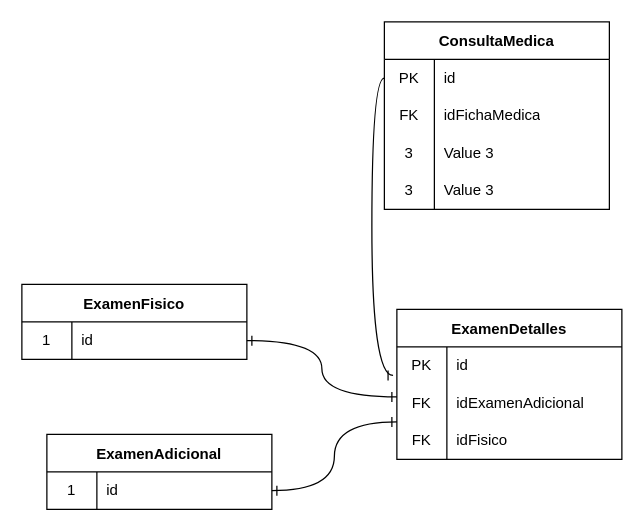
The draw.io diagram page "ConsultaMedica" (3 of 4) of src/main/resources/com/project/UI/views/protitypes/relationTables.drawio in kevinStevenLC/consulmed_system, before the edit. Source tidied: cells renumbered, new cells numbered last; positions are measured from the earlier drawing's top-left corner, leaving out a move shared by most shapes. Both pictures are drawn from the tidied source at 125%, with x=0, y=0 at pixel (21, 21).
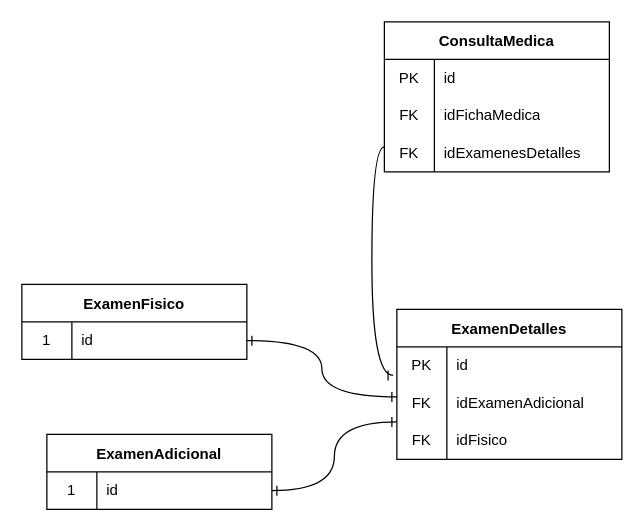
The same page after the edit.

Unchanged cells that the change refers to:
```xml
<mxCell id="3" style="shape=tableRow;horizontal=0;startSize=0;swimlaneHead=0;swimlaneBody=0;top=0;left=0;bottom=0;right=0;fillColor=none;points=[[0,0.5],[1,0.5]];portConstraint=eastwest;" parent="2" vertex="1">
  <mxGeometry y="30" width="180" height="30" as="geometry" />
</mxCell>
<mxCell id="9" style="shape=tableRow;horizontal=0;startSize=0;swimlaneHead=0;swimlaneBody=0;top=0;left=0;bottom=0;right=0;fillColor=none;points=[[0,0.5],[1,0.5]];portConstraint=eastwest;" parent="2" vertex="1">
  <mxGeometry y="90" width="180" height="30" as="geometry" />
</mxCell>
<mxCell id="25" style="shape=tableRow;horizontal=0;startSize=0;swimlaneHead=0;swimlaneBody=0;top=0;left=0;bottom=0;right=0;fillColor=none;points=[[0,0.5],[1,0.5]];portConstraint=eastwest;" parent="24" vertex="1">
  <mxGeometry y="30" width="180" height="30" as="geometry" />
</mxCell>
```

Change to the diagram source:
```diff
@@
     <mxCell id="2" value="ConsultaMedica" style="shape=table;startSize=30;childLayout=tableLayout;rowLines=0;fontStyle=1;" parent="1" vertex="1">
-      <mxGeometry x="290" width="180" height="150" as="geometry" />
+      <mxGeometry x="290" width="180" height="120" as="geometry" />
     </mxCell>
@@
-    <mxCell id="10" value="3" style="shape=partialRectangle;html=1;whiteSpace=wrap;fillColor=none;top=0;left=0;bottom=0;right=0;overflow=hidden;" parent="9" vertex="1">
-      <mxGeometry width="40" height="30" as="geometry" />
-    </mxCell>
-    <mxCell id="11" value="Value 3" style="shape=partialRectangle;html=1;whiteSpace=wrap;fillColor=none;top=0;left=0;bottom=0;right=0;align=left;spacingLeft=6;overflow=hidden;" parent="9" vertex="1">
-      <mxGeometry x="40" width="140" height="30" as="geometry" />
-    </mxCell>
-    <mxCell id="12" style="shape=tableRow;horizontal=0;startSize=0;swimlaneHead=0;swimlaneBody=0;top=0;left=0;bottom=0;right=0;fillColor=none;" parent="2" vertex="1">
-      <mxGeometry y="120" width="180" height="30" as="geometry" />
-    </mxCell>
-    <mxCell id="13" value="3" style="shape=partialRectangle;html=1;whiteSpace=wrap;fillColor=none;top=0;left=0;bottom=0;right=0;overflow=hidden;" parent="12" vertex="1">
-      <mxGeometry width="40" height="30" as="geometry" />
-    </mxCell>
-    <mxCell id="14" value="Value 3" style="shape=partialRectangle;html=1;whiteSpace=wrap;fillColor=none;top=0;left=0;bottom=0;right=0;align=left;spacingLeft=6;overflow=hidden;" parent="12" vertex="1">
-      <mxGeometry x="40" width="140" height="30" as="geometry" />
-    </mxCell>
+    <mxCell id="36" value="FK" style="shape=partialRectangle;html=1;whiteSpace=wrap;fillColor=none;top=0;left=0;bottom=0;right=0;overflow=hidden;" parent="9" vertex="1">
+      <mxGeometry width="40" height="30" as="geometry" />
+    </mxCell>
+    <mxCell id="37" value="idExamenesDetalles" style="shape=partialRectangle;html=1;whiteSpace=wrap;fillColor=none;top=0;left=0;bottom=0;right=0;align=left;spacingLeft=6;overflow=hidden;" parent="9" vertex="1">
+      <mxGeometry x="40" width="140" height="30" as="geometry" />
+    </mxCell>
@@
-    <mxCell id="35" style="edgeStyle=orthogonalEdgeStyle;html=1;entryX=-0.017;entryY=0.762;entryDx=0;entryDy=0;entryPerimeter=0;exitX=0;exitY=0.5;exitDx=0;exitDy=0;curved=1;endArrow=ERone;endFill=0;" parent="1" edge="1" source="3" target="25">
+    <mxCell id="35" style="edgeStyle=orthogonalEdgeStyle;html=1;entryX=-0.017;entryY=0.762;entryDx=0;entryDy=0;entryPerimeter=0;curved=1;endArrow=ERone;endFill=0;exitX=0;exitY=0.333;exitDx=0;exitDy=0;exitPerimeter=0;" parent="1" edge="1" source="9" target="25">
       <mxGeometry relative="1" as="geometry" />
     </mxCell>
```
